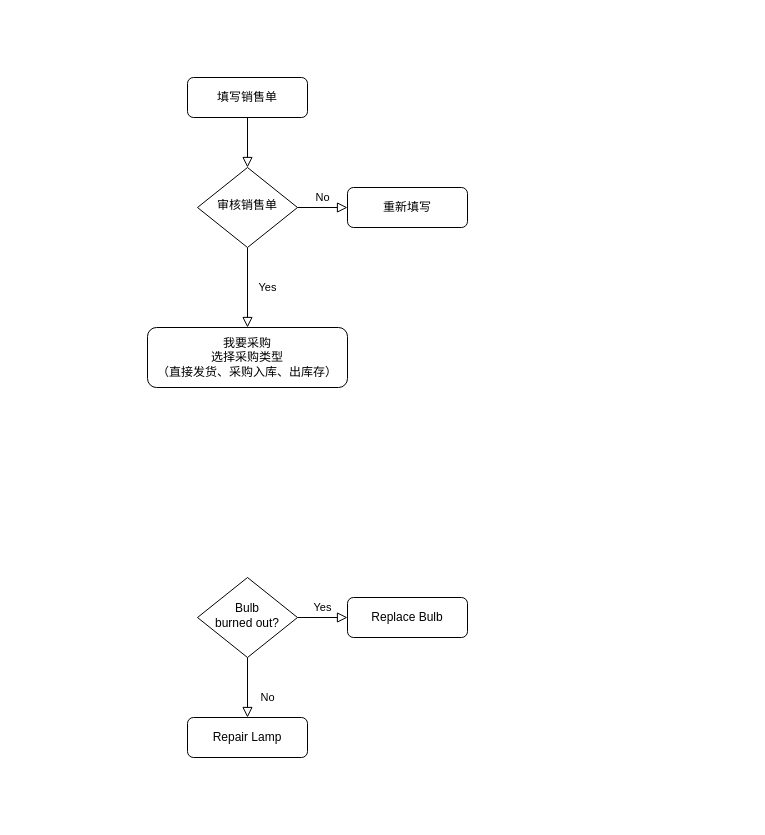
wilesanGH/bookfile keeps this draw.io diagram as Untitled Diagram.drawio. Above is the earlier version. Source tidied: cells renumbered, new cells numbered last; positions are measured from the earlier drawing's top-left corner, leaving out a move shared by most shapes. Both pictures are drawn from the tidied source at 100%, with x=0, y=0 at pixel (147, 77).
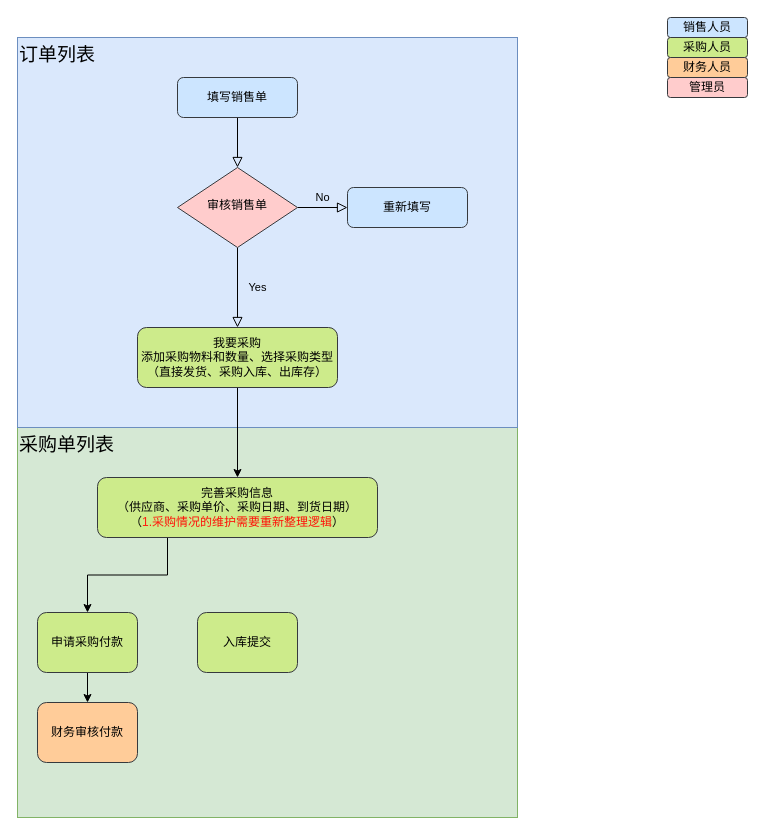
Above is the later version.

The edit, as a diff of the source:
```diff
@@
+    <mxCell id="14" value="采购单列表" style="rounded=0;whiteSpace=wrap;html=1;fillColor=#d5e8d4;strokeColor=#82b366;align=left;verticalAlign=top;fontSize=19;" parent="1" vertex="1">
+      <mxGeometry x="-130" y="350" width="500" height="390" as="geometry" />
+    </mxCell>
+    <mxCell id="15" value="订单列表" style="rounded=0;whiteSpace=wrap;html=1;fillColor=#dae8fc;strokeColor=#6c8ebf;align=left;verticalAlign=top;fontSize=19;" parent="1" vertex="1">
+      <mxGeometry x="-130" y="-40" width="500" height="390" as="geometry" />
+    </mxCell>
@@
-    <mxCell id="3" value="填写销售单" style="rounded=1;whiteSpace=wrap;html=1;fontSize=12;glass=0;strokeWidth=1;shadow=0;" parent="1" vertex="1">
-      <mxGeometry x="40" width="120" height="40" as="geometry" />
+    <mxCell id="3" value="填写销售单" style="rounded=1;whiteSpace=wrap;html=1;fontSize=12;glass=0;strokeWidth=1;shadow=0;fillColor=#cce5ff;strokeColor=#36393d;" parent="1" vertex="1">
+      <mxGeometry x="30" width="120" height="40" as="geometry" />
     </mxCell>
@@
-    <mxCell id="6" value="审核销售单" style="rhombus;whiteSpace=wrap;html=1;shadow=0;fontFamily=Helvetica;fontSize=12;align=center;strokeWidth=1;spacing=6;spacingTop=-4;" parent="1" vertex="1">
-      <mxGeometry x="50" y="90" width="100" height="80" as="geometry" />
+    <mxCell id="6" value="审核销售单" style="rhombus;whiteSpace=wrap;html=1;shadow=0;fontFamily=Helvetica;fontSize=12;align=center;strokeWidth=1;spacing=6;spacingTop=-4;fillColor=#ffcccc;strokeColor=#36393d;" parent="1" vertex="1">
+      <mxGeometry x="30" y="90" width="120" height="80" as="geometry" />
     </mxCell>
-    <mxCell id="7" value="重新填写" style="rounded=1;whiteSpace=wrap;html=1;fontSize=12;glass=0;strokeWidth=1;shadow=0;" parent="1" vertex="1">
+    <mxCell id="7" value="重新填写" style="rounded=1;whiteSpace=wrap;html=1;fontSize=12;glass=0;strokeWidth=1;shadow=0;fillColor=#cce5ff;strokeColor=#36393d;" parent="1" vertex="1">
       <mxGeometry x="200" y="110" width="120" height="40" as="geometry" />
     </mxCell>
-    <mxCell id="8" value="No" style="rounded=0;html=1;jettySize=auto;fontSize=11;endArrow=block;endFill=0;endSize=8;strokeWidth=1;shadow=0;labelBackgroundColor=none;edgeStyle=orthogonalEdgeStyle;" parent="1" edge="1" source="10" target="11">
-      <mxGeometry x="0.33" y="20" relative="1" as="geometry" />
-    </mxCell>
-    <mxCell id="9" value="Yes" style="edgeStyle=orthogonalEdgeStyle;rounded=0;html=1;jettySize=auto;fontSize=11;endArrow=block;endFill=0;endSize=8;strokeWidth=1;shadow=0;labelBackgroundColor=none;" parent="1" edge="1" source="10" target="12">
-      <mxGeometry y="10" relative="1" as="geometry" />
-    </mxCell>
-    <mxCell id="10" value="Bulb&lt;br&gt;burned out?" style="rhombus;whiteSpace=wrap;html=1;shadow=0;fontFamily=Helvetica;fontSize=12;align=center;strokeWidth=1;spacing=6;spacingTop=-4;" parent="1" vertex="1">
-      <mxGeometry x="50" y="500" width="100" height="80" as="geometry" />
-    </mxCell>
-    <mxCell id="11" value="Repair Lamp" style="rounded=1;whiteSpace=wrap;html=1;fontSize=12;glass=0;strokeWidth=1;shadow=0;" parent="1" vertex="1">
-      <mxGeometry x="40" y="640" width="120" height="40" as="geometry" />
-    </mxCell>
-    <mxCell id="12" value="Replace Bulb" style="rounded=1;whiteSpace=wrap;html=1;fontSize=12;glass=0;strokeWidth=1;shadow=0;" parent="1" vertex="1">
-      <mxGeometry x="200" y="520" width="120" height="40" as="geometry" />
-    </mxCell>
+    <mxCell id="16" style="edgeStyle=orthogonalEdgeStyle;rounded=0;jettySize=auto;html=1;exitX=0.5;exitY=1;exitDx=0;exitDy=0;entryX=0.5;entryY=0;entryDx=0;entryDy=0;fontSize=12;" parent="1" edge="1" source="13" target="21">
+      <mxGeometry relative="1" as="geometry" />
+    </mxCell>
-    <mxCell id="13" value="我要采购&lt;br&gt;选择采购类型&lt;br&gt;（直接发货、采购入库、出库存）" style="rounded=1;whiteSpace=wrap;html=1;" parent="1" vertex="1">
-      <mxGeometry y="250" width="200" height="60" as="geometry" />
+    <mxCell id="13" value="我要采购&lt;br&gt;添加采购物料和数量、选择采购类型&lt;br&gt;（直接发货、采购入库、出库存）" style="rounded=1;whiteSpace=wrap;html=1;fillColor=#cdeb8b;strokeColor=#36393d;" parent="1" vertex="1">
+      <mxGeometry x="-10" y="250" width="200" height="60" as="geometry" />
     </mxCell>
+    <mxCell id="17" value="销售人员" style="rounded=1;whiteSpace=wrap;html=1;fontSize=12;fillColor=#cce5ff;strokeColor=#36393d;" parent="1" vertex="1">
+      <mxGeometry x="520" y="-60" width="80" height="20" as="geometry" />
+    </mxCell>
+    <mxCell id="18" value="采购人员" style="rounded=1;whiteSpace=wrap;html=1;fontSize=12;fillColor=#cdeb8b;strokeColor=#36393d;" parent="1" vertex="1">
+      <mxGeometry x="520" y="-40" width="80" height="20" as="geometry" />
+    </mxCell>
+    <mxCell id="19" value="财务人员" style="rounded=1;whiteSpace=wrap;html=1;fontSize=12;fillColor=#ffcc99;strokeColor=#36393d;" parent="1" vertex="1">
+      <mxGeometry x="520" y="-20" width="80" height="20" as="geometry" />
+    </mxCell>
+    <mxCell id="20" style="edgeStyle=orthogonalEdgeStyle;rounded=0;jettySize=auto;html=1;exitX=0.25;exitY=1;exitDx=0;exitDy=0;fontSize=12;" parent="1" edge="1" source="21" target="23">
+      <mxGeometry relative="1" as="geometry" />
+    </mxCell>
+    <mxCell id="21" value="完善采购信息&lt;br&gt;（供应商、采购单价、采购日期、到货日期）&lt;br&gt;（&lt;font color=&quot;#ff1f0f&quot;&gt;1.采&lt;/font&gt;&lt;font color=&quot;#ff1008&quot;&gt;购情况的维护需要重新整理逻辑&lt;/font&gt;）" style="rounded=1;whiteSpace=wrap;html=1;fillColor=#cdeb8b;strokeColor=#36393d;" parent="1" vertex="1">
+      <mxGeometry x="-50" y="400" width="280" height="60" as="geometry" />
+    </mxCell>
+    <mxCell id="22" style="edgeStyle=orthogonalEdgeStyle;rounded=0;jettySize=auto;html=1;exitX=0.5;exitY=1;exitDx=0;exitDy=0;fontSize=12;" parent="1" edge="1" source="23" target="24">
+      <mxGeometry relative="1" as="geometry" />
+    </mxCell>
+    <mxCell id="23" value="申请采购付款" style="rounded=1;whiteSpace=wrap;html=1;fillColor=#cdeb8b;strokeColor=#36393d;" parent="1" vertex="1">
+      <mxGeometry x="-110" y="535" width="100" height="60" as="geometry" />
+    </mxCell>
+    <mxCell id="24" value="财务审核付款" style="rounded=1;whiteSpace=wrap;html=1;fillColor=#ffcc99;strokeColor=#36393d;" parent="1" vertex="1">
+      <mxGeometry x="-110" y="625" width="100" height="60" as="geometry" />
+    </mxCell>
+    <mxCell id="25" value="管理员" style="rounded=1;whiteSpace=wrap;html=1;fontSize=12;fillColor=#ffcccc;strokeColor=#36393d;" parent="1" vertex="1">
+      <mxGeometry x="520" width="80" height="20" as="geometry" />
+    </mxCell>
+    <mxCell id="26" value="入库提交" style="rounded=1;whiteSpace=wrap;html=1;fillColor=#cdeb8b;strokeColor=#36393d;" parent="1" vertex="1">
+      <mxGeometry x="50" y="535" width="100" height="60" as="geometry" />
+    </mxCell>
```
